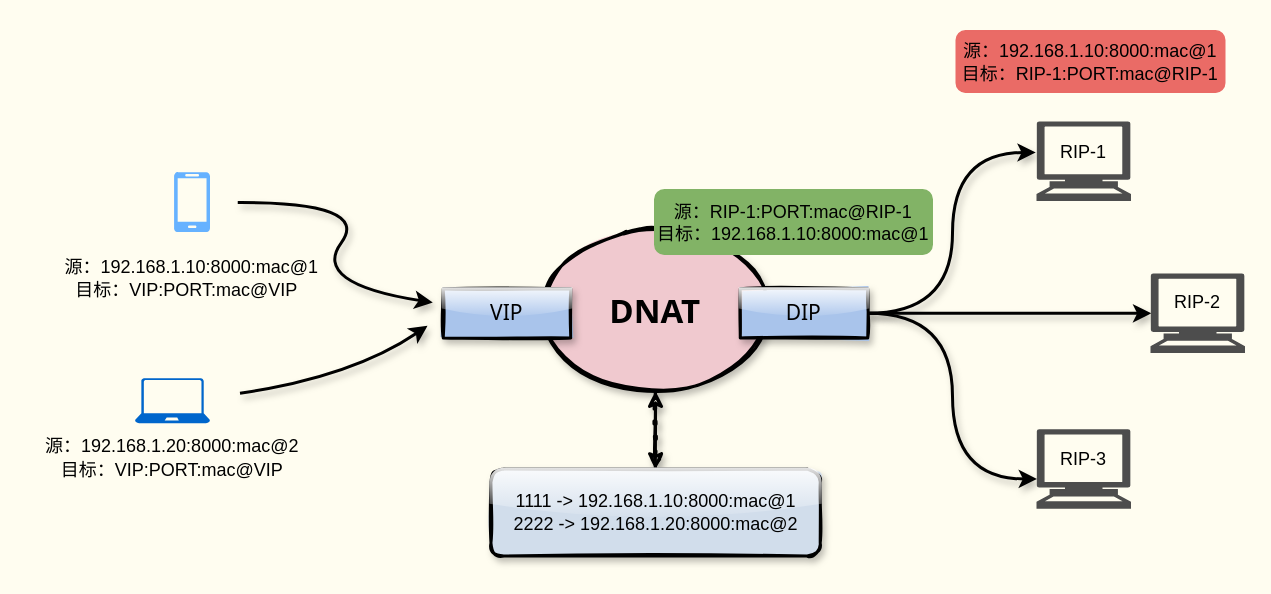
Earlier version of the draw.io diagram pictures/负载均衡/dnat.drawio (boxtsecond/draw). Source tidied: cells renumbered, new cells numbered last; positions are measured from the earlier drawing's top-left corner, leaving out a move shared by most shapes. Both pictures are drawn from the tidied source at 150%, with x=0, y=0 at pixel (36, 30).
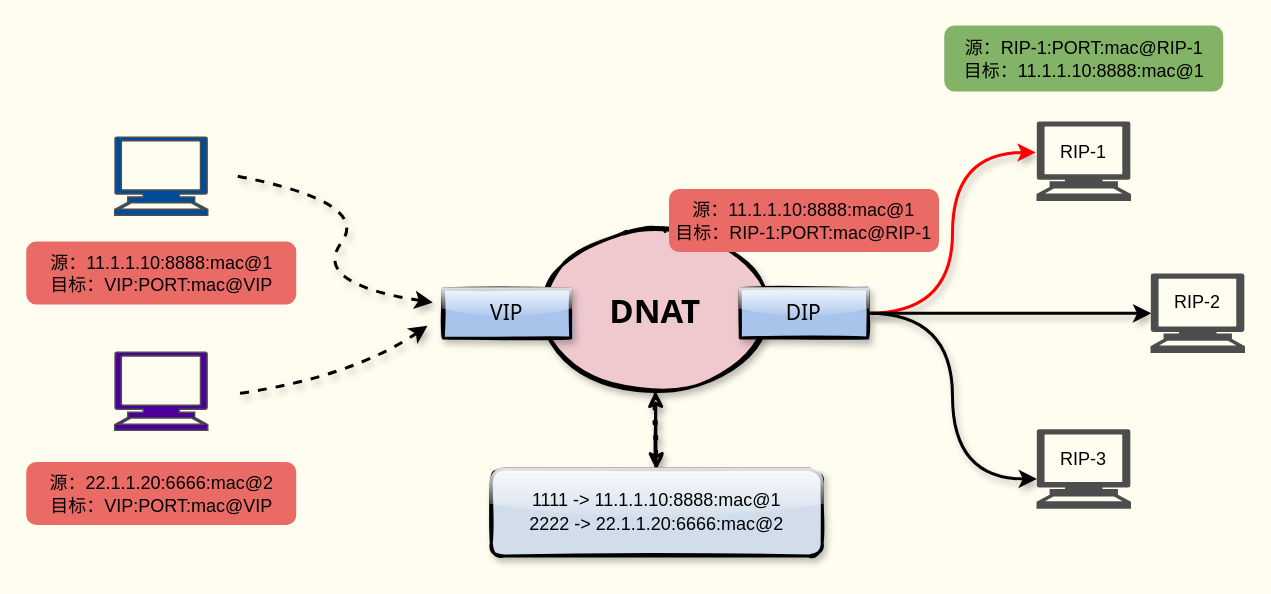
The same page after the edit.

The change refers to these unchanged cells:
```xml
<mxCell id="14" value="DIP" style="rounded=0;whiteSpace=wrap;html=1;shadow=1;glass=1;sketch=1;strokeColor=#000000;strokeWidth=2;fontFamily=Tahoma;fontSize=14;fillStyle=solid;fillColor=#A9C4EB;" parent="1" vertex="1">
  <mxGeometry x="469" y="172" width="85" height="32.8" as="geometry" />
</mxCell>
<mxCell id="18" style="shape=mxgraph.signs.tech.computer;html=1;verticalLabelPosition=bottom;verticalAlign=top;align=center;labelBackgroundColor=none;fontColor=#ffffff;fillColor=#4D4D4D;strokeColor=#4D4D4D;" parent="1" vertex="1">
  <mxGeometry x="667" y="61" width="62" height="52" as="geometry" />
</mxCell>
```

What changed in the source:
```diff
@@
-    <mxCell id="2" style="shadow=0;dashed=0;html=1;strokeColor=none;labelPosition=center;verticalLabelPosition=bottom;verticalAlign=top;align=center;fillColor=#66B2FF;shape=mxgraph.azure.mobile;" parent="1" vertex="1">
-      <mxGeometry x="91.5" y="94.2" width="24" height="40" as="geometry" />
-    </mxCell>
-    <mxCell id="3" style="shadow=0;dashed=0;html=1;strokeColor=none;labelPosition=center;verticalLabelPosition=bottom;verticalAlign=top;align=center;fillColor=#0066CC;shape=mxgraph.azure.laptop;" parent="1" vertex="1">
-      <mxGeometry x="65.5" y="231.7" width="50" height="30" as="geometry" />
-    </mxCell>
-    <mxCell id="4" style="edgeStyle=orthogonalEdgeStyle;rounded=0;orthogonalLoop=1;jettySize=auto;html=1;exitX=0.5;exitY=1;exitDx=0;exitDy=0;exitPerimeter=0;" parent="1" edge="1" source="3" target="3">
-      <mxGeometry relative="1" as="geometry" />
+    <mxCell id="4" style="edgeStyle=orthogonalEdgeStyle;rounded=0;orthogonalLoop=1;jettySize=auto;html=1;exitX=0.5;exitY=1;exitDx=0;exitDy=0;exitPerimeter=0;" parent="1" edge="1">
+      <mxGeometry relative="1" as="geometry">
+        <mxPoint x="90.5" y="261.7" as="sourcePoint" />
+        <mxPoint x="90.5" y="261.7" as="targetPoint" />
+      </mxGeometry>
     </mxCell>
-    <mxCell id="5" style="curved=1;endArrow=classic;html=1;shadow=1;strokeWidth=2;" parent="1" edge="1">
+    <mxCell id="5" style="curved=1;endArrow=classic;html=1;shadow=1;strokeWidth=2;dashed=1;" parent="1" edge="1">
       <mxGeometry relative="1" as="geometry">
-        <mxPoint x="134" y="114.5" as="sourcePoint" />
+        <mxPoint x="134" y="97" as="sourcePoint" />
         <mxPoint x="264" y="181.2" as="targetPoint" />
         <Array as="points">
           <mxPoint x="223" y="114.2" />
           <mxPoint x="183" y="168.5" />
         </Array>
       </mxGeometry>
     </mxCell>
-    <mxCell id="6" style="curved=1;endArrow=classic;html=1;shadow=1;strokeWidth=2;" parent="1" edge="1">
+    <mxCell id="6" style="curved=1;endArrow=classic;html=1;shadow=1;strokeWidth=2;dashed=1;" parent="1" edge="1">
       <mxGeometry relative="1" as="geometry">
         <mxPoint x="135.5" y="241.7" as="sourcePoint" />
         <mxPoint x="260.5" y="196.7" as="targetPoint" />
         <Array as="points">
           <mxPoint x="210.5" y="230.7" />
         </Array>
       </mxGeometry>
     </mxCell>
-    <mxCell id="7" value="&lt;div style=&quot;font-family: &amp;#34;helvetica&amp;#34; ; font-size: 12px&quot;&gt;源：192.168.1.20:8000:mac@2&lt;/div&gt;&lt;span style=&quot;font-family: &amp;#34;helvetica&amp;#34; ; font-size: 12px&quot;&gt;目标：VIP:PORT:mac@VIP&lt;/span&gt;&lt;div style=&quot;font-family: &amp;#34;helvetica&amp;#34; ; font-size: 12px&quot;&gt;&amp;nbsp;&lt;/div&gt;" style="text;html=1;strokeColor=none;fillColor=none;align=center;verticalAlign=middle;whiteSpace=wrap;rounded=0;shadow=1;glass=1;sketch=1;fontFamily=Tahoma;fontSize=14;" parent="1" vertex="1">
+    <mxCell id="7" value="&lt;div style=&quot;font-family: &amp;#34;helvetica&amp;#34; ; font-size: 12px&quot;&gt;&lt;br&gt;&lt;/div&gt;" style="text;html=1;strokeColor=none;fillColor=none;align=center;verticalAlign=middle;whiteSpace=wrap;rounded=0;shadow=1;glass=1;sketch=1;fontFamily=Tahoma;fontSize=14;" parent="1" vertex="1">
       <mxGeometry y="282.2" width="181" height="20" as="geometry" />
     </mxCell>
@@
-    <mxCell id="11" style="edgeStyle=orthogonalEdgeStyle;sketch=0;jettySize=auto;html=1;exitX=1;exitY=0.5;exitDx=0;exitDy=0;entryX=-0.016;entryY=0.388;entryDx=0;entryDy=0;entryPerimeter=0;shadow=1;strokeWidth=2;curved=1;" parent="1" edge="1" source="14" target="18">
+    <mxCell id="11" style="edgeStyle=orthogonalEdgeStyle;sketch=0;jettySize=auto;html=1;exitX=1;exitY=0.5;exitDx=0;exitDy=0;entryX=-0.016;entryY=0.388;entryDx=0;entryDy=0;entryPerimeter=0;shadow=1;strokeWidth=2;curved=1;strokeColor=#FF0000;" parent="1" edge="1" source="14" target="18">
       <mxGeometry relative="1" as="geometry" />
     </mxCell>
@@
-    <mxCell id="15" value="&lt;div style=&quot;font-family: &amp;#34;helvetica&amp;#34; ; font-size: 12px&quot;&gt;&lt;div&gt;源：192.168.1.10:8000:mac@1&lt;/div&gt;&lt;div&gt;目标：VIP:PORT:mac@VIP&amp;nbsp;&amp;nbsp;&lt;/div&gt;&lt;/div&gt;" style="text;html=1;strokeColor=none;fillColor=none;align=center;verticalAlign=middle;whiteSpace=wrap;rounded=0;shadow=1;glass=1;sketch=1;fontFamily=Tahoma;fontSize=14;" parent="1" vertex="1">
+    <mxCell id="15" value="&lt;div style=&quot;font-family: &amp;#34;helvetica&amp;#34; ; font-size: 12px&quot;&gt;&lt;br&gt;&lt;/div&gt;" style="text;html=1;strokeColor=none;fillColor=none;align=center;verticalAlign=middle;whiteSpace=wrap;rounded=0;shadow=1;glass=1;sketch=1;fontFamily=Tahoma;fontSize=14;" parent="1" vertex="1">
       <mxGeometry x="13" y="155.2" width="181" height="20" as="geometry" />
     </mxCell>
@@
-    <mxCell id="17" value="&lt;div style=&quot;font-family: &amp;#34;helvetica&amp;#34; ; font-size: 12px&quot;&gt;1111 -&amp;gt; 192.168.1.10:8000:mac@1&lt;/div&gt;&lt;div style=&quot;font-family: &amp;#34;helvetica&amp;#34; ; font-size: 12px&quot;&gt;2222 -&amp;gt; 192.168.1.20:8000:mac@2&lt;br&gt;&lt;/div&gt;" style="whiteSpace=wrap;html=1;shadow=1;fontFamily=Tahoma;fontSize=14;strokeWidth=2;glass=1;sketch=1;fillStyle=solid;rounded=1;fillColor=#D1DDEB;" parent="1" vertex="1">
-      <mxGeometry x="302.8" y="292.2" width="219.5" height="58" as="geometry" />
+    <mxCell id="17" value="&lt;div style=&quot;font-family: &amp;#34;helvetica&amp;#34; ; font-size: 12px&quot;&gt;1111 -&amp;gt; 11.1.1.10:8888:mac@1&lt;/div&gt;&lt;span style=&quot;font-family: &amp;#34;helvetica&amp;#34; ; font-size: 12px&quot;&gt;2222 -&amp;gt; 22.1.1.20:6666:mac@2&lt;/span&gt;" style="whiteSpace=wrap;html=1;shadow=1;fontFamily=Tahoma;fontSize=14;strokeWidth=2;glass=1;sketch=1;fillStyle=solid;rounded=1;fillColor=#D1DDEB;" parent="1" vertex="1">
+      <mxGeometry x="303" y="292.2" width="220.6" height="58" as="geometry" />
     </mxCell>
@@
-    <mxCell id="24" value="源：&lt;span style=&quot;font-family: &amp;#34;helvetica&amp;#34;&quot;&gt;192.168.1.10:8000:mac@1&lt;/span&gt;&lt;br&gt;目标：RIP-1:PORT:mac@RIP-1" style="rounded=1;whiteSpace=wrap;html=1;fillColor=#EA6B66;strokeColor=#EA6B66;" parent="1" vertex="1">
-      <mxGeometry x="613" width="179" height="41" as="geometry" />
+    <mxCell id="24" value="源：&lt;span style=&quot;font-family: &amp;#34;helvetica&amp;#34;&quot;&gt;11.1.1.10&lt;/span&gt;&lt;span style=&quot;font-family: &amp;#34;helvetica&amp;#34;&quot;&gt;:8888:mac@1&lt;/span&gt;&lt;br&gt;目标：RIP-1:PORT:mac@RIP-1" style="rounded=1;whiteSpace=wrap;html=1;fillColor=#EA6B66;strokeColor=#EA6B66;" parent="1" vertex="1">
+      <mxGeometry x="422" y="106" width="179" height="41" as="geometry" />
     </mxCell>
-    <mxCell id="25" value="源：RIP-1:PORT:mac@RIP-1&lt;br&gt;目标：&lt;span style=&quot;font-family: &amp;#34;helvetica&amp;#34;&quot;&gt;192.168.1.10:8000:mac@1&lt;/span&gt;" style="rounded=1;whiteSpace=wrap;html=1;strokeColor=#82b366;fillColor=#82B366;" parent="1" vertex="1">
-      <mxGeometry x="412" y="106" width="185" height="43" as="geometry" />
+    <mxCell id="25" value="源：RIP-1:PORT:mac@RIP-1&lt;br&gt;目标：&lt;span style=&quot;font-family: &amp;#34;helvetica&amp;#34;&quot;&gt;11.1.1.10:8888:mac@1&lt;/span&gt;" style="rounded=1;whiteSpace=wrap;html=1;strokeColor=#82b366;fillColor=#82B366;" parent="1" vertex="1">
+      <mxGeometry x="605.5" y="-3" width="185" height="43" as="geometry" />
     </mxCell>
+    <mxCell id="26" style="shape=mxgraph.signs.tech.computer;html=1;verticalLabelPosition=bottom;verticalAlign=top;align=center;labelBackgroundColor=none;fontColor=#ffffff;strokeColor=#4D4D4D;fillColor=#004C99;" parent="1" vertex="1">
+      <mxGeometry x="52" y="71" width="62" height="52" as="geometry" />
+    </mxCell>
+    <mxCell id="27" style="shape=mxgraph.signs.tech.computer;html=1;verticalLabelPosition=bottom;verticalAlign=top;align=center;labelBackgroundColor=none;fontColor=#ffffff;strokeColor=#4D4D4D;fillColor=#4C0099;" parent="1" vertex="1">
+      <mxGeometry x="52" y="214.4" width="62" height="52" as="geometry" />
+    </mxCell>
+    <mxCell id="28" value="&lt;div style=&quot;font-family: &amp;#34;helvetica&amp;#34;&quot;&gt;源：11.1.1.10:8888:mac@1&lt;/div&gt;&lt;div style=&quot;font-family: &amp;#34;helvetica&amp;#34;&quot;&gt;目标：VIP:PORT:mac@VIP&lt;/div&gt;" style="rounded=1;whiteSpace=wrap;html=1;fillColor=#EA6B66;strokeColor=#EA6B66;" parent="1" vertex="1">
+      <mxGeometry x="-6.5" y="141" width="179" height="41" as="geometry" />
+    </mxCell>
+    <mxCell id="29" value="&lt;div style=&quot;font-family: &amp;#34;helvetica&amp;#34;&quot;&gt;&lt;div&gt;源：22.1.1.20:6666:mac@2&lt;/div&gt;目标：VIP:PORT:mac@VIP&lt;/div&gt;" style="rounded=1;whiteSpace=wrap;html=1;fillColor=#EA6B66;strokeColor=#EA6B66;" parent="1" vertex="1">
+      <mxGeometry x="-6.5" y="288" width="179" height="41" as="geometry" />
+    </mxCell>
```
